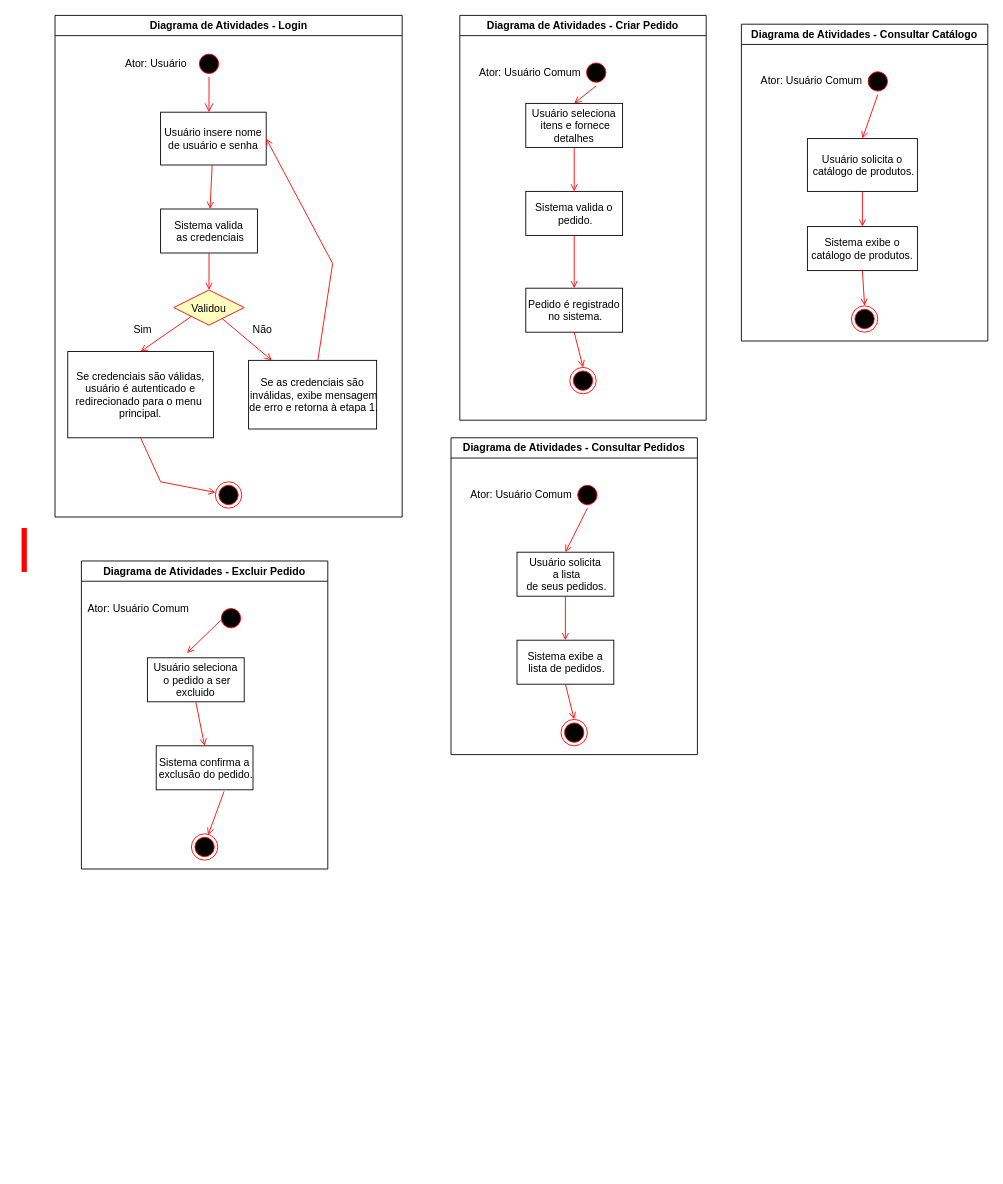
ArcanjoDaGuarda/AnjoProjetos keeps this draw.io diagram as DiagramaDeAtividade.drawio. Above is the earlier version. Source tidied: cells renumbered, new cells numbered last; positions are measured from the earlier drawing's top-left corner, leaving out a move shared by most shapes. Both pictures are drawn from the tidied source at 88%, with x=0, y=0 at pixel (2, 15).
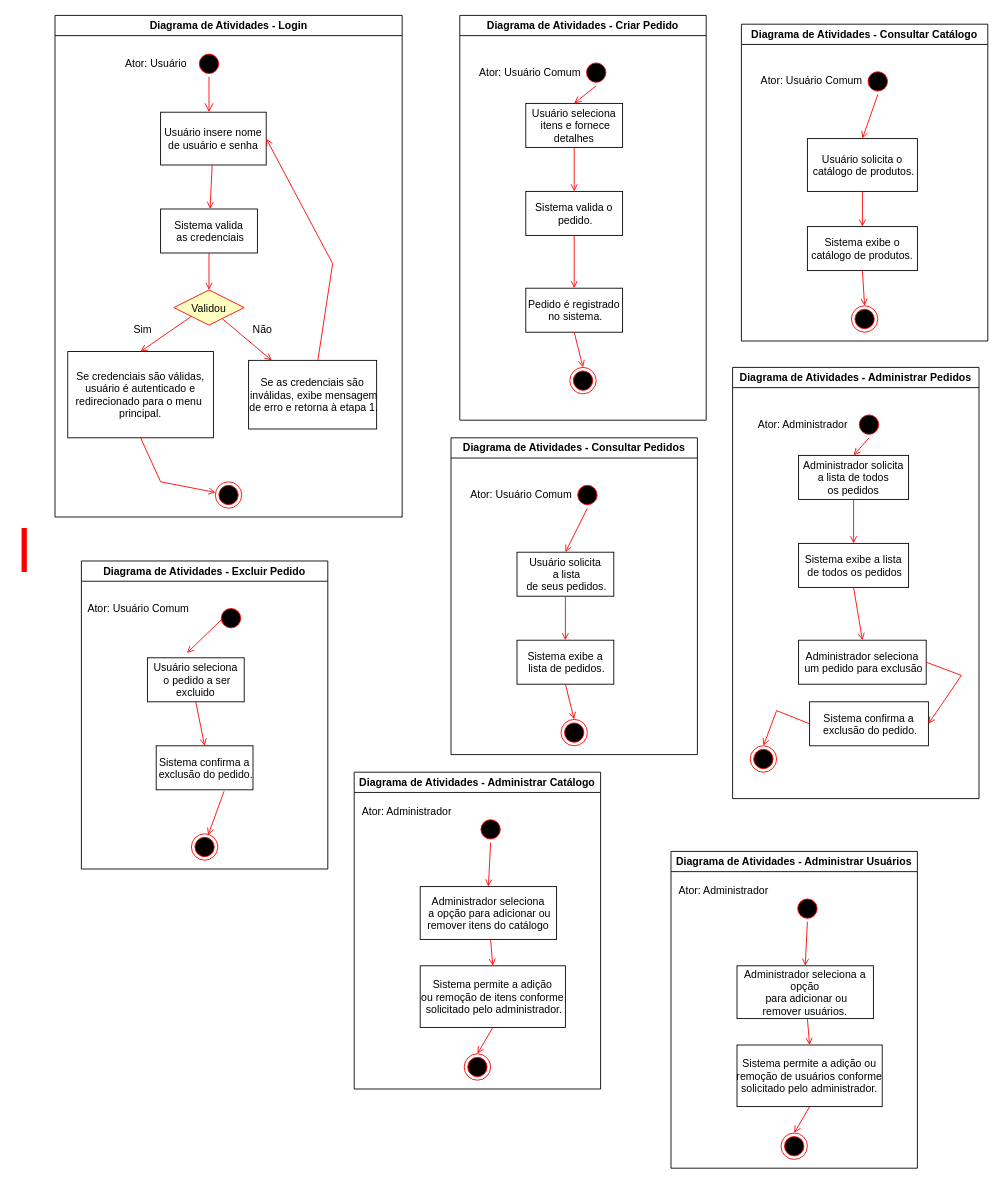
The same page after the edit.

Change to the diagram source:
```diff
@@
+    <mxCell id="59" value="Diagrama de Atividades - Administrar Pedidos" style="swimlane;whiteSpace=wrap;" parent="1" vertex="1">
+      <mxGeometry x="830" y="400" width="280" height="490" as="geometry" />
+    </mxCell>
+    <mxCell id="60" value="Administrador solicita &#10;a lista de todos &#10;os pedidos" parent="59" vertex="1">
+      <mxGeometry x="75" y="100" width="125" height="50" as="geometry" />
+    </mxCell>
+    <mxCell id="61" style="ellipse;shape=endState;fillColor=#000000;strokeColor=#ff0000;direction=south;" parent="59" vertex="1">
+      <mxGeometry x="20" y="430" width="30" height="30" as="geometry" />
+    </mxCell>
+    <mxCell id="62" style="endArrow=open;strokeColor=#FF0000;endFill=1;rounded=0;entryX=0.5;entryY=0;entryDx=0;entryDy=0;" parent="59" edge="1" source="60" target="65">
+      <mxGeometry relative="1" as="geometry" />
+    </mxCell>
+    <mxCell id="63" value="Ator: Administrador" style="text;html=1;strokeColor=none;fillColor=none;align=center;verticalAlign=middle;whiteSpace=wrap;rounded=0;" parent="59" vertex="1">
+      <mxGeometry x="20" y="50" width="120" height="30" as="geometry" />
+    </mxCell>
+    <mxCell id="64" style="ellipse;shape=startState;fillColor=#000000;strokeColor=#ff0000;" parent="59" vertex="1">
+      <mxGeometry x="140" y="50" width="30" height="30" as="geometry" />
+    </mxCell>
+    <mxCell id="65" value="Sistema exibe a lista&#10; de todos os pedidos" parent="59" vertex="1">
+      <mxGeometry x="75" y="200" width="125" height="50" as="geometry" />
+    </mxCell>
+    <mxCell id="66" value="Administrador seleciona&#10; um pedido para exclusão" parent="59" vertex="1">
+      <mxGeometry x="75" y="310" width="145" height="50" as="geometry" />
+    </mxCell>
+    <mxCell id="67" style="endArrow=open;strokeColor=#FF0000;endFill=1;rounded=0;entryX=0.5;entryY=0;entryDx=0;entryDy=0;exitX=0.5;exitY=1;exitDx=0;exitDy=0;" parent="59" edge="1" source="65" target="66">
+      <mxGeometry relative="1" as="geometry" />
+    </mxCell>
+    <mxCell id="68" style="endArrow=open;strokeColor=#FF0000;endFill=1;rounded=0;entryX=0;entryY=0.5;entryDx=0;entryDy=0;exitX=0;exitY=0.5;exitDx=0;exitDy=0;" parent="59" edge="1" source="70" target="61">
+      <mxGeometry relative="1" as="geometry">
+        <Array as="points">
+          <mxPoint x="50" y="390" />
+        </Array>
+      </mxGeometry>
+    </mxCell>
+    <mxCell id="69" style="endArrow=open;strokeColor=#FF0000;endFill=1;rounded=0;entryX=0.5;entryY=0;entryDx=0;entryDy=0;exitX=0.5;exitY=1;exitDx=0;exitDy=0;" parent="59" edge="1" source="64" target="60">
+      <mxGeometry relative="1" as="geometry" />
+    </mxCell>
+    <mxCell id="70" value="Sistema confirma a&#10; exclusão do pedido." parent="59" vertex="1">
+      <mxGeometry x="87.5" y="380" width="135" height="50" as="geometry" />
+    </mxCell>
+    <mxCell id="71" style="endArrow=open;strokeColor=#FF0000;endFill=1;rounded=0;entryX=1;entryY=0.5;entryDx=0;entryDy=0;exitX=1;exitY=0.5;exitDx=0;exitDy=0;" parent="59" edge="1" source="66" target="70">
+      <mxGeometry relative="1" as="geometry">
+        <Array as="points">
+          <mxPoint x="260" y="350" />
+        </Array>
+      </mxGeometry>
+    </mxCell>
+    <mxCell id="72" value="Diagrama de Atividades - Administrar Catálogo" style="swimlane;whiteSpace=wrap;" parent="1" vertex="1">
+      <mxGeometry x="400" y="860" width="280" height="360" as="geometry" />
+    </mxCell>
+    <mxCell id="73" value="Administrador seleciona&#10; a opção para adicionar ou &#10;remover itens do catálogo" parent="72" vertex="1">
+      <mxGeometry x="75" y="130" width="155" height="60" as="geometry" />
+    </mxCell>
+    <mxCell id="74" style="ellipse;shape=endState;fillColor=#000000;strokeColor=#ff0000;" parent="72" vertex="1">
+      <mxGeometry x="125" y="320" width="30" height="30" as="geometry" />
+    </mxCell>
+    <mxCell id="75" style="endArrow=open;strokeColor=#FF0000;endFill=1;rounded=0;entryX=0.5;entryY=0;entryDx=0;entryDy=0;" parent="72" edge="1" source="73" target="77">
+      <mxGeometry relative="1" as="geometry" />
+    </mxCell>
+    <mxCell id="76" style="ellipse;shape=startState;fillColor=#000000;strokeColor=#ff0000;" parent="72" vertex="1">
+      <mxGeometry x="140" y="50" width="30" height="30" as="geometry" />
+    </mxCell>
+    <mxCell id="77" value="Sistema permite a adição &#10;ou remoção de itens conforme&#10; solicitado pelo administrador." parent="72" vertex="1">
+      <mxGeometry x="75" y="220" width="165" height="70" as="geometry" />
+    </mxCell>
+    <mxCell id="78" style="endArrow=open;strokeColor=#FF0000;endFill=1;rounded=0;entryX=0.5;entryY=0;entryDx=0;entryDy=0;exitX=0.5;exitY=1;exitDx=0;exitDy=0;" parent="72" edge="1" source="77" target="74">
+      <mxGeometry relative="1" as="geometry" />
+    </mxCell>
+    <mxCell id="79" style="endArrow=open;strokeColor=#FF0000;endFill=1;rounded=0;entryX=0.5;entryY=0;entryDx=0;entryDy=0;exitX=0.5;exitY=1;exitDx=0;exitDy=0;" parent="72" edge="1" source="76" target="73">
+      <mxGeometry relative="1" as="geometry" />
+    </mxCell>
+    <mxCell id="80" value="Ator: Administrador" style="text;html=1;strokeColor=none;fillColor=none;align=center;verticalAlign=middle;whiteSpace=wrap;rounded=0;" parent="72" vertex="1">
+      <mxGeometry y="30" width="120" height="30" as="geometry" />
+    </mxCell>
+    <mxCell id="81" value="Diagrama de Atividades - Administrar Usuários" style="swimlane;whiteSpace=wrap;" parent="1" vertex="1">
+      <mxGeometry x="760" y="950" width="280" height="360" as="geometry" />
+    </mxCell>
+    <mxCell id="82" value="Administrador seleciona a &#10;opção&#10; para adicionar ou &#10;remover usuários." parent="81" vertex="1">
+      <mxGeometry x="75" y="130" width="155" height="60" as="geometry" />
+    </mxCell>
+    <mxCell id="83" style="ellipse;shape=endState;fillColor=#000000;strokeColor=#ff0000;" parent="81" vertex="1">
+      <mxGeometry x="125" y="320" width="30" height="30" as="geometry" />
+    </mxCell>
+    <mxCell id="84" style="endArrow=open;strokeColor=#FF0000;endFill=1;rounded=0;entryX=0.5;entryY=0;entryDx=0;entryDy=0;" parent="81" edge="1" source="82" target="86">
+      <mxGeometry relative="1" as="geometry" />
+    </mxCell>
+    <mxCell id="85" style="ellipse;shape=startState;fillColor=#000000;strokeColor=#ff0000;" parent="81" vertex="1">
+      <mxGeometry x="140" y="50" width="30" height="30" as="geometry" />
+    </mxCell>
+    <mxCell id="86" value="Sistema permite a adição ou &#10;remoção de usuários conforme &#10;solicitado pelo administrador." parent="81" vertex="1">
+      <mxGeometry x="75" y="220" width="165" height="70" as="geometry" />
+    </mxCell>
+    <mxCell id="87" style="endArrow=open;strokeColor=#FF0000;endFill=1;rounded=0;entryX=0.5;entryY=0;entryDx=0;entryDy=0;exitX=0.5;exitY=1;exitDx=0;exitDy=0;" parent="81" edge="1" source="86" target="83">
+      <mxGeometry relative="1" as="geometry" />
+    </mxCell>
+    <mxCell id="88" style="endArrow=open;strokeColor=#FF0000;endFill=1;rounded=0;entryX=0.5;entryY=0;entryDx=0;entryDy=0;exitX=0.5;exitY=1;exitDx=0;exitDy=0;" parent="81" edge="1" source="85" target="82">
+      <mxGeometry relative="1" as="geometry" />
+    </mxCell>
+    <mxCell id="89" value="Ator: Administrador" style="text;html=1;strokeColor=none;fillColor=none;align=center;verticalAlign=middle;whiteSpace=wrap;rounded=0;" parent="81" vertex="1">
+      <mxGeometry y="30" width="120" height="30" as="geometry" />
+    </mxCell>
```
